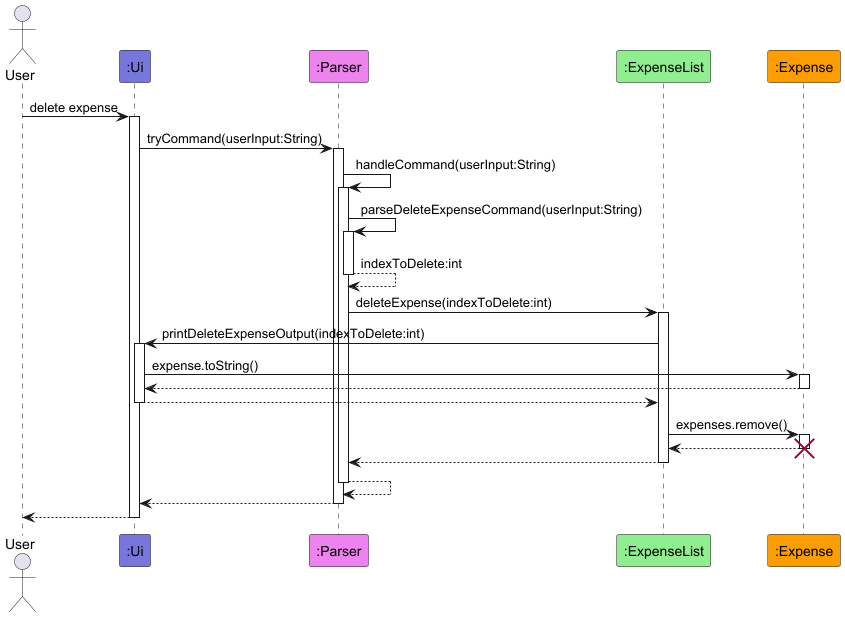
The PlantUML diagram docs/diagrams/expense/DeleteExpenseSequenceDiagram.png in AY2526S1-CS2113-T10-1/tp, before a commit.
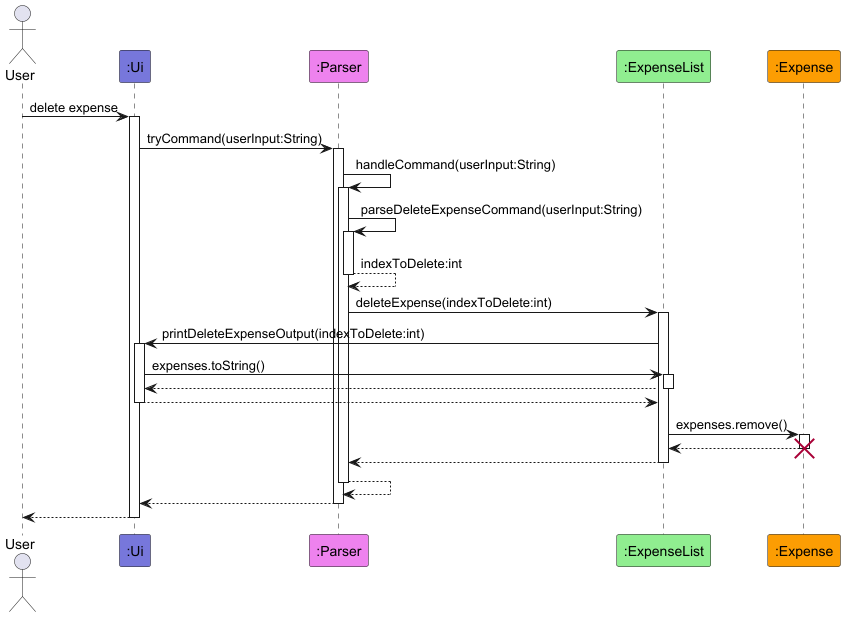
Later version of the same file.

Diff of the diagram source:
```diff
@@ -18,7 +18,7 @@
 
 Parser -> ExpenseList ++: deleteExpense(indexToDelete:int)
 ExpenseList -> Ui ++: printDeleteExpenseOutput(indexToDelete:int)
-Ui -> Expense ++ : expense.toString()
+Ui -> ExpenseList ++: expenses.toString()
 return
 return
 
```
